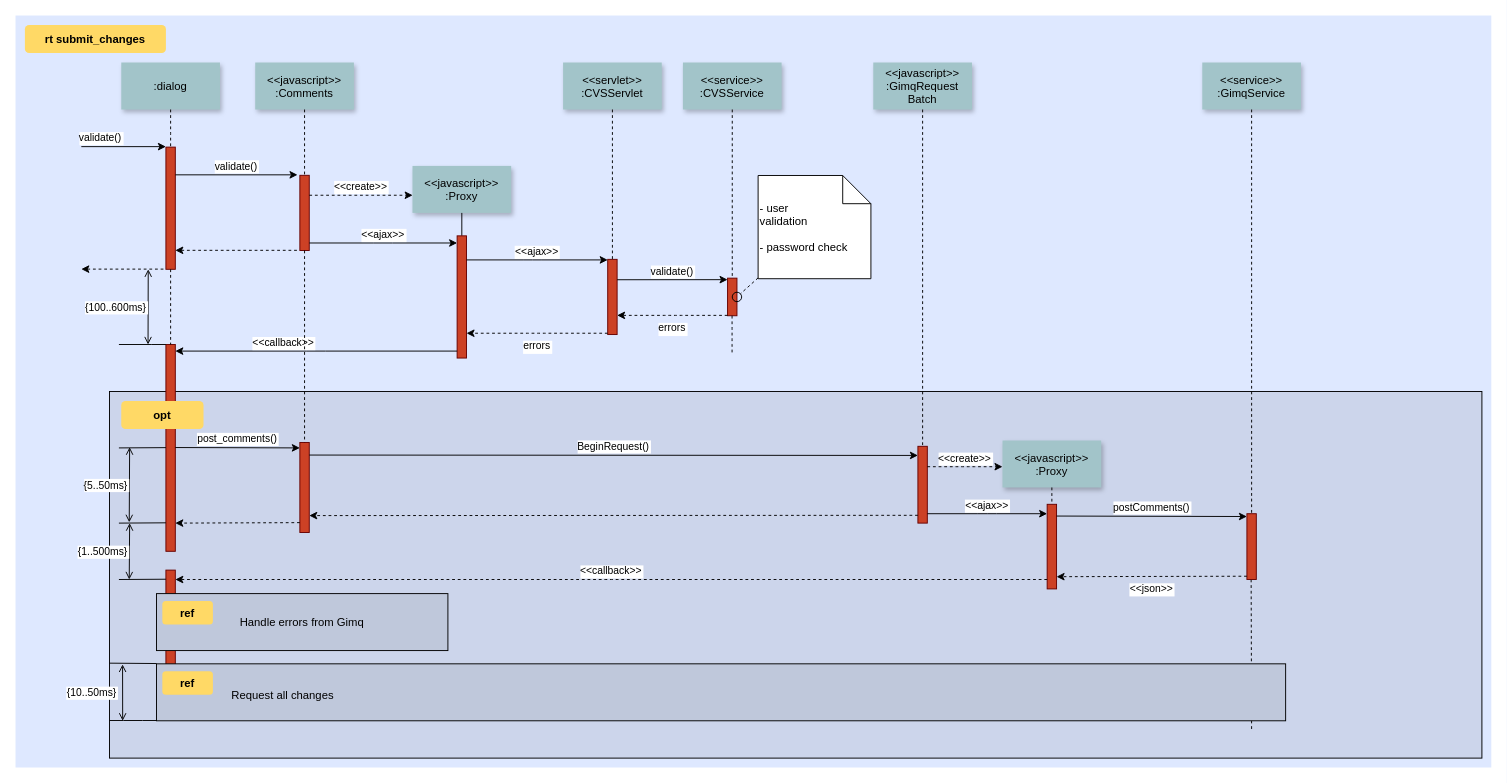
This is Untitled Diagram.drawio.xml from bodenbao/Diagrams, a draw.io file, before an edit. Source tidied: cells renumbered, new cells numbered last; positions are measured from the earlier drawing's top-left corner, leaving out a move shared by most shapes. Both pictures are drawn from the tidied source at 94%, with x=0, y=0 at pixel (15, 15).
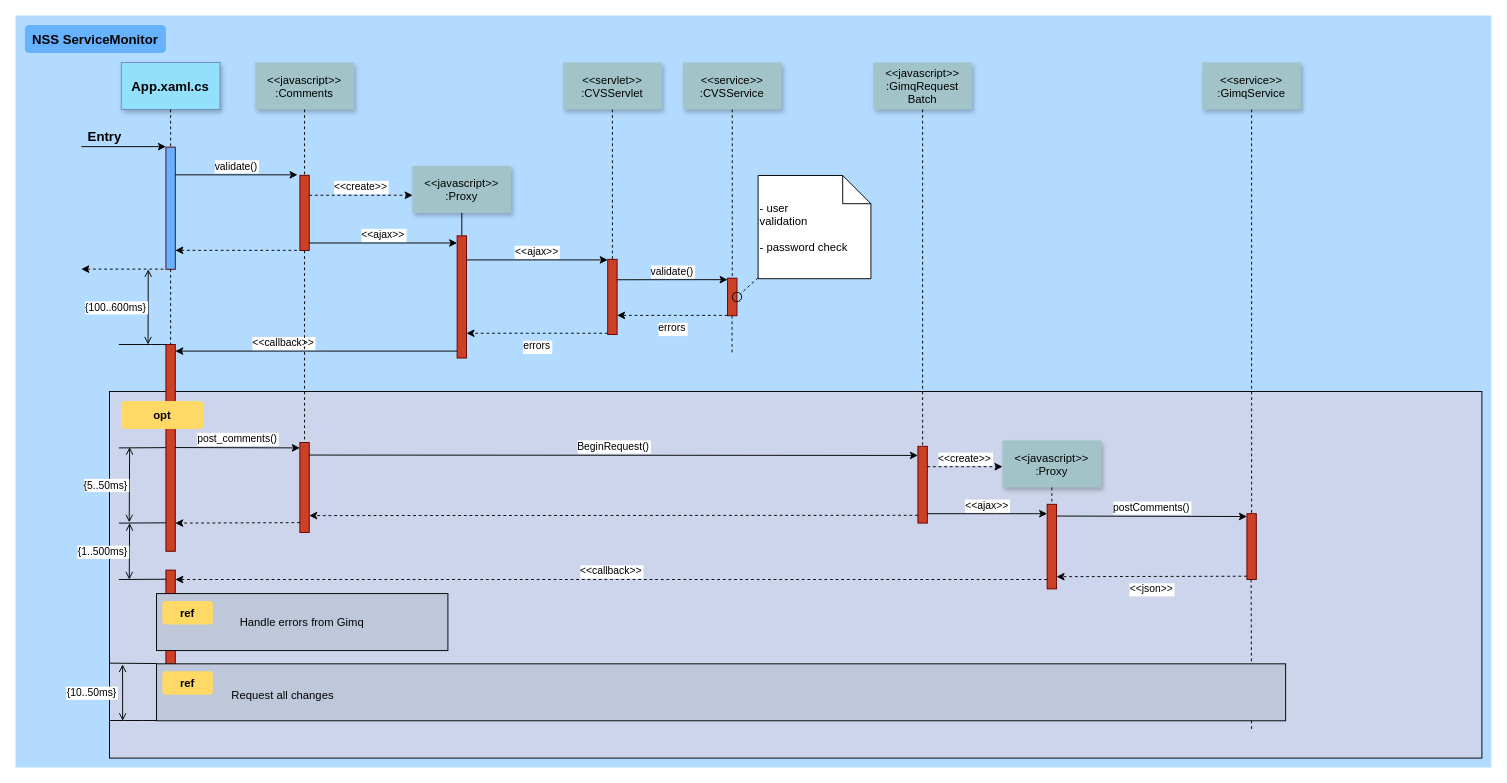
The same diagram, later.

Diff of the diagram source:
```diff
@@
-    <mxCell id="2" style="fillColor=#DEE8FF;strokeColor=none;" parent="1" vertex="1">
+    <mxCell id="2" style="fillColor=#B3DBFF;strokeColor=none;" parent="1" vertex="1">
       <mxGeometry width="1570" height="800" as="geometry" />
     </mxCell>
@@
-    <mxCell id="5" style="fillColor=#CC4125;strokeColor=#660000;" parent="1" vertex="1">
+    <mxCell id="5" style="fillColor=#66B2FF;strokeColor=#660000;" parent="1" vertex="1">
       <mxGeometry x="160" y="140" width="10" height="130" as="geometry" />
     </mxCell>
-    <mxCell id="6" value="validate()" style="edgeStyle=none;verticalLabelPosition=top;verticalAlign=bottom;labelPosition=left;align=right;" parent="1" edge="1">
+    <mxCell id="6" value="Entry" style="edgeStyle=none;verticalLabelPosition=top;verticalAlign=bottom;labelPosition=left;align=right;fontSize=14;labelBackgroundColor=none;fontStyle=1;" parent="1" edge="1">
       <mxGeometry x="110" y="49.5" as="geometry">
         <mxPoint x="70" y="139.5" as="sourcePoint" />
         <mxPoint x="160" y="139.5" as="targetPoint" />
       </mxGeometry>
     </mxCell>
-    <mxCell id="7" value=":dialog" style="shadow=1;fillColor=#A2C4C9;strokeColor=none;" parent="1" vertex="1">
+    <mxCell id="7" value="App.xaml.cs" style="shadow=1;fillColor=#92E0FC;strokeColor=#6c8ebf;fontStyle=1;fontSize=14;" parent="1" vertex="1">
       <mxGeometry x="112.5" y="50" width="105" height="50" as="geometry" />
     </mxCell>
@@
-    <mxCell id="60" value="rt submit_changes" style="rounded=1;fontStyle=1;fillColor=#FFD966;strokeColor=none;" parent="1" vertex="1">
+    <mxCell id="60" value="NSS ServiceMonitor" style="rounded=1;fontStyle=1;fillColor=#66B2FF;strokeColor=none;fontSize=14;" parent="1" vertex="1">
       <mxGeometry x="10" y="10" width="150" height="30" as="geometry" />
     </mxCell>
```
